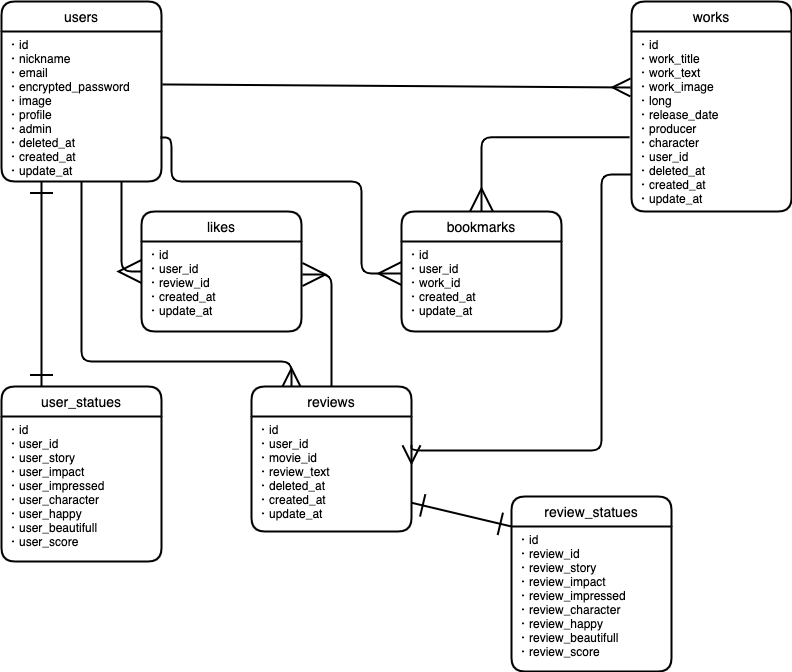
Before: ER.dio.png, a diagram exported from draw.io (hatanotakahiro/sympasee). Source tidied: cells renumbered, new cells last; positions are measured from the earlier drawing's top-left corner, leaving out a move shared by most shapes. The source it was exported from:
```xml
<mxGraphModel>
  <root>
    <mxCell id="0" />
    <mxCell id="1" parent="0" />
    <mxCell id="2" value="users" style="swimlane;horizontal=1;startSize=30;rounded=1;fontSize=14;fontStyle=0;strokeWidth=2;shadow=0;dashed=0;align=center;" parent="1" vertex="1">
      <mxGeometry width="160" height="180" as="geometry" />
    </mxCell>
    <mxCell id="3" value="・id&#10;・nickname&#10;・email&#10;・encrypted_password&#10;・image&#10;・profile&#10;・admin&#10;・deleted_at&#10;・created_at&#10;・update_at" style="align=left;strokeColor=none;fillColor=none;spacingLeft=4;fontSize=12;verticalAlign=top;" parent="2" vertex="1">
      <mxGeometry y="30" width="160" height="150" as="geometry" />
    </mxCell>
    <mxCell id="4" style="edgeStyle=orthogonalEdgeStyle;rounded=0;orthogonalLoop=1;jettySize=auto;html=1;exitX=0.5;exitY=1;exitDx=0;exitDy=0;" parent="2" edge="1" source="3" target="3">
      <mxGeometry relative="1" as="geometry" />
    </mxCell>
    <mxCell id="5" style="edgeStyle=none;rounded=0;jumpSize=6;orthogonalLoop=1;jettySize=auto;html=1;exitX=1;exitY=0.25;exitDx=0;exitDy=0;startArrow=ERone;startFill=0;startSize=15;sourcePerimeterSpacing=0;endArrow=ERone;endFill=0;endSize=20;targetPerimeterSpacing=0;strokeWidth=2;" parent="2" edge="1" source="3" target="3">
      <mxGeometry relative="1" as="geometry" />
    </mxCell>
    <mxCell id="6" value="works" style="swimlane;horizontal=1;startSize=30;rounded=1;fontSize=14;fontStyle=0;strokeWidth=2;shadow=0;dashed=0;align=center;" parent="1" vertex="1">
      <mxGeometry x="630" width="160" height="210" as="geometry" />
    </mxCell>
    <mxCell id="7" value="・id&#10;・work_title&#10;・work_text&#10;・work_image&#10;・long&#10;・release_date&#10;・producer&#10;・character&#10;・user_id&#10;・deleted_at&#10;・created_at&#10;・update_at&#10;" style="align=left;strokeColor=none;fillColor=none;spacingLeft=4;fontSize=12;verticalAlign=top;" parent="6" vertex="1">
      <mxGeometry y="30" width="160" height="180" as="geometry" />
    </mxCell>
    <mxCell id="8" value="reviews" style="swimlane;horizontal=1;startSize=30;rounded=1;fontSize=14;fontStyle=0;strokeWidth=2;shadow=0;dashed=0;align=center;" parent="1" vertex="1">
      <mxGeometry x="250" y="385" width="160" height="145" as="geometry" />
    </mxCell>
    <mxCell id="9" value="・id&#10;・user_id&#10;・movie_id&#10;・review_text&#10;・deleted_at&#10;・created_at&#10;・update_at&#10;" style="align=left;strokeColor=none;fillColor=none;spacingLeft=4;fontSize=12;verticalAlign=top;" parent="8" vertex="1">
      <mxGeometry y="30" width="160" height="115" as="geometry" />
    </mxCell>
    <mxCell id="10" style="fontSize=12;html=1;endArrow=ERmany;jumpSize=6;strokeWidth=2;endSize=15;exitX=1.006;exitY=0.353;exitDx=0;exitDy=0;exitPerimeter=0;" parent="1" edge="1" source="3">
      <mxGeometry relative="1" as="geometry">
        <mxPoint x="629" y="86" as="targetPoint" />
      </mxGeometry>
    </mxCell>
    <mxCell id="11" style="edgeStyle=orthogonalEdgeStyle;fontSize=12;html=1;endArrow=ERmany;exitX=0.5;exitY=1;exitDx=0;exitDy=0;jumpSize=6;strokeWidth=2;endSize=15;entryX=0.25;entryY=0;entryDx=0;entryDy=0;" parent="1" edge="1" source="3" target="8">
      <mxGeometry relative="1" as="geometry">
        <Array as="points">
          <mxPoint x="80" y="360" />
          <mxPoint x="290" y="360" />
        </Array>
      </mxGeometry>
    </mxCell>
    <mxCell id="12" value="user_statues" style="swimlane;horizontal=1;startSize=30;rounded=1;fontSize=14;fontStyle=0;strokeWidth=2;shadow=0;dashed=0;align=center;" parent="1" vertex="1">
      <mxGeometry y="385" width="160" height="175" as="geometry" />
    </mxCell>
    <mxCell id="13" value="・id&#10;・user_id&#10;・user_story&#10;・user_impact&#10;・user_impressed&#10;・user_character&#10;・user_happy&#10;・user_beautifull&#10;・user_score" style="align=left;strokeColor=none;fillColor=none;spacingLeft=4;fontSize=12;verticalAlign=top;" parent="12" vertex="1">
      <mxGeometry y="30" width="160" height="145" as="geometry" />
    </mxCell>
    <mxCell id="14" style="fontSize=12;html=1;endArrow=ERone;endFill=1;strokeWidth=2;exitX=0.25;exitY=0;exitDx=0;exitDy=0;entryX=0.25;entryY=1;entryDx=0;entryDy=0;endSize=20;startArrow=ERone;startFill=0;targetPerimeterSpacing=0;startSize=20;" parent="1" edge="1" source="12" target="3">
      <mxGeometry relative="1" as="geometry" />
    </mxCell>
    <mxCell id="15" value="review_statues" style="swimlane;horizontal=1;startSize=30;rounded=1;fontSize=14;fontStyle=0;strokeWidth=2;shadow=0;dashed=0;align=center;" parent="1" vertex="1">
      <mxGeometry x="510" y="495" width="160" height="175" as="geometry" />
    </mxCell>
    <mxCell id="16" value="・id&#10;・review_id&#10;・review_story&#10;・review_impact&#10;・review_impressed&#10;・review_character&#10;・review_happy&#10;・review_beautifull&#10;・review_score" style="align=left;strokeColor=none;fillColor=none;spacingLeft=4;fontSize=12;verticalAlign=top;" parent="15" vertex="1">
      <mxGeometry y="30" width="160" height="145" as="geometry" />
    </mxCell>
    <mxCell id="17" style="edgeStyle=orthogonalEdgeStyle;fontSize=12;html=1;endArrow=none;exitX=1;exitY=0.25;exitDx=0;exitDy=0;jumpSize=6;strokeWidth=2;endSize=15;endFill=0;startArrow=ERmany;startFill=0;startSize=15;" parent="1" edge="1" source="9">
      <mxGeometry relative="1" as="geometry">
        <mxPoint x="630" y="173" as="targetPoint" />
        <Array as="points">
          <mxPoint x="600" y="449" />
          <mxPoint x="600" y="173" />
        </Array>
      </mxGeometry>
    </mxCell>
    <mxCell id="18" value="likes" style="swimlane;horizontal=1;startSize=30;rounded=1;fontSize=14;fontStyle=0;strokeWidth=2;shadow=0;dashed=0;align=center;" parent="1" vertex="1">
      <mxGeometry x="140" y="210" width="160" height="120" as="geometry" />
    </mxCell>
    <mxCell id="19" value="・id&#10;・user_id&#10;・review_id&#10;・created_at&#10;・update_at&#10;" style="align=left;strokeColor=none;fillColor=none;spacingLeft=4;fontSize=12;verticalAlign=top;" parent="18" vertex="1">
      <mxGeometry y="30" width="160" height="90" as="geometry" />
    </mxCell>
    <mxCell id="20" style="fontSize=12;html=1;endArrow=ERmany;endFill=0;strokeWidth=2;exitX=0.75;exitY=1;exitDx=0;exitDy=0;endSize=20;startArrow=none;startFill=0;targetPerimeterSpacing=0;startSize=20;entryX=0;entryY=0.5;entryDx=0;entryDy=0;edgeStyle=orthogonalEdgeStyle;" parent="1" edge="1" source="3" target="18">
      <mxGeometry relative="1" as="geometry" />
    </mxCell>
    <mxCell id="21" style="fontSize=12;html=1;endArrow=ERmany;endFill=0;strokeWidth=2;exitX=0.5;exitY=0;exitDx=0;exitDy=0;endSize=20;startArrow=none;startFill=0;targetPerimeterSpacing=0;startSize=20;entryX=1.006;entryY=0.367;entryDx=0;entryDy=0;entryPerimeter=0;edgeStyle=orthogonalEdgeStyle;" parent="1" edge="1" source="8" target="19">
      <mxGeometry relative="1" as="geometry" />
    </mxCell>
    <mxCell id="22" value="bookmarks" style="swimlane;horizontal=1;startSize=30;rounded=1;fontSize=14;fontStyle=0;strokeWidth=2;shadow=0;dashed=0;align=center;" parent="1" vertex="1">
      <mxGeometry x="400" y="210" width="160" height="120" as="geometry" />
    </mxCell>
    <mxCell id="23" value="・id&#10;・user_id&#10;・work_id&#10;・created_at&#10;・update_at&#10;" style="align=left;strokeColor=none;fillColor=none;spacingLeft=4;fontSize=12;verticalAlign=top;" parent="22" vertex="1">
      <mxGeometry y="30" width="160" height="90" as="geometry" />
    </mxCell>
    <mxCell id="24" style="fontSize=12;html=1;endArrow=ERmany;endFill=0;strokeWidth=2;endSize=20;startArrow=none;startFill=0;targetPerimeterSpacing=0;startSize=20;entryX=0;entryY=0.356;entryDx=0;entryDy=0;edgeStyle=orthogonalEdgeStyle;entryPerimeter=0;exitX=0.994;exitY=0.707;exitDx=0;exitDy=0;exitPerimeter=0;" parent="1" edge="1" source="3" target="23">
      <mxGeometry relative="1" as="geometry">
        <Array as="points">
          <mxPoint x="170" y="136" />
          <mxPoint x="170" y="180" />
          <mxPoint x="360" y="180" />
          <mxPoint x="360" y="272" />
        </Array>
      </mxGeometry>
    </mxCell>
    <mxCell id="25" style="fontSize=12;html=1;endArrow=ERmany;endFill=0;strokeWidth=2;exitX=-0.012;exitY=0.588;exitDx=0;exitDy=0;endSize=20;startArrow=none;startFill=0;targetPerimeterSpacing=0;startSize=20;entryX=0.5;entryY=0;entryDx=0;entryDy=0;edgeStyle=orthogonalEdgeStyle;exitPerimeter=0;" parent="1" edge="1" source="7" target="22">
      <mxGeometry relative="1" as="geometry" />
    </mxCell>
    <mxCell id="26" style="fontSize=12;html=1;endArrow=ERone;endFill=1;strokeWidth=2;exitX=0;exitY=0;exitDx=0;exitDy=0;entryX=1;entryY=0.75;entryDx=0;entryDy=0;endSize=20;startArrow=ERone;startFill=0;targetPerimeterSpacing=0;startSize=20;" parent="1" edge="1" source="16" target="9">
      <mxGeometry relative="1" as="geometry" />
    </mxCell>
  </root>
</mxGraphModel>
```
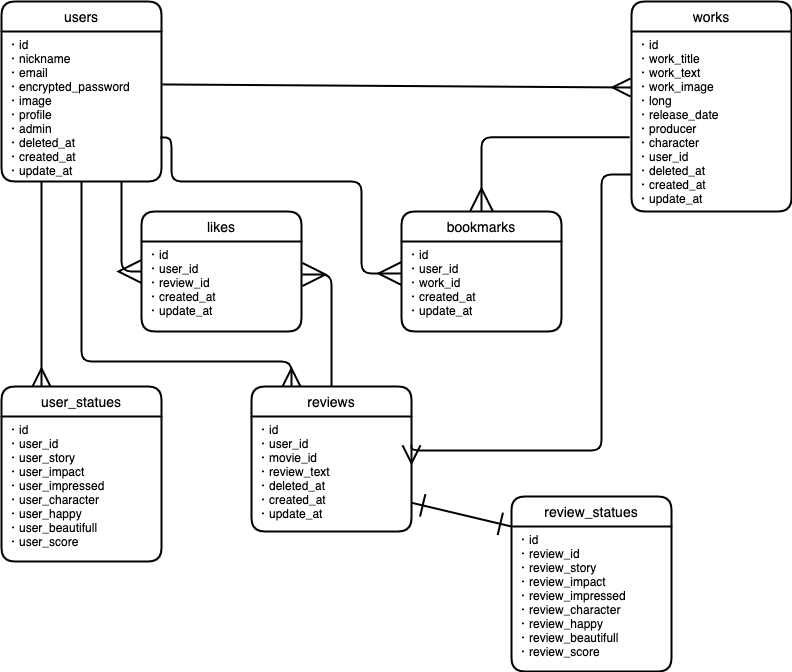
After the change.

The edit, as a diff of the source:
```diff
@@ -45,9 +45,6 @@
     <mxCell id="13" value="・id&#10;・user_id&#10;・user_story&#10;・user_impact&#10;・user_impressed&#10;・user_character&#10;・user_happy&#10;・user_beautifull&#10;・user_score" style="align=left;strokeColor=none;fillColor=none;spacingLeft=4;fontSize=12;verticalAlign=top;" parent="12" vertex="1">
       <mxGeometry y="30" width="160" height="145" as="geometry" />
     </mxCell>
-    <mxCell id="14" style="fontSize=12;html=1;endArrow=ERone;endFill=1;strokeWidth=2;exitX=0.25;exitY=0;exitDx=0;exitDy=0;entryX=0.25;entryY=1;entryDx=0;entryDy=0;endSize=20;startArrow=ERone;startFill=0;targetPerimeterSpacing=0;startSize=20;" parent="1" edge="1" source="12" target="3">
-      <mxGeometry relative="1" as="geometry" />
-    </mxCell>
     <mxCell id="15" value="review_statues" style="swimlane;horizontal=1;startSize=30;rounded=1;fontSize=14;fontStyle=0;strokeWidth=2;shadow=0;dashed=0;align=center;" parent="1" vertex="1">
       <mxGeometry x="510" y="495" width="160" height="175" as="geometry" />
     </mxCell>
@@ -97,5 +94,8 @@
     <mxCell id="26" style="fontSize=12;html=1;endArrow=ERone;endFill=1;strokeWidth=2;exitX=0;exitY=0;exitDx=0;exitDy=0;entryX=1;entryY=0.75;entryDx=0;entryDy=0;endSize=20;startArrow=ERone;startFill=0;targetPerimeterSpacing=0;startSize=20;" parent="1" edge="1" source="16" target="9">
       <mxGeometry relative="1" as="geometry" />
     </mxCell>
+    <mxCell id="27" style="fontSize=12;html=1;endArrow=ERmany;jumpSize=6;strokeWidth=2;endSize=15;entryX=0.25;entryY=0;entryDx=0;entryDy=0;exitX=0.25;exitY=1;exitDx=0;exitDy=0;" parent="1" edge="1" source="3" target="12">
+      <mxGeometry relative="1" as="geometry" />
+    </mxCell>
   </root>
 </mxGraphModel>
```
